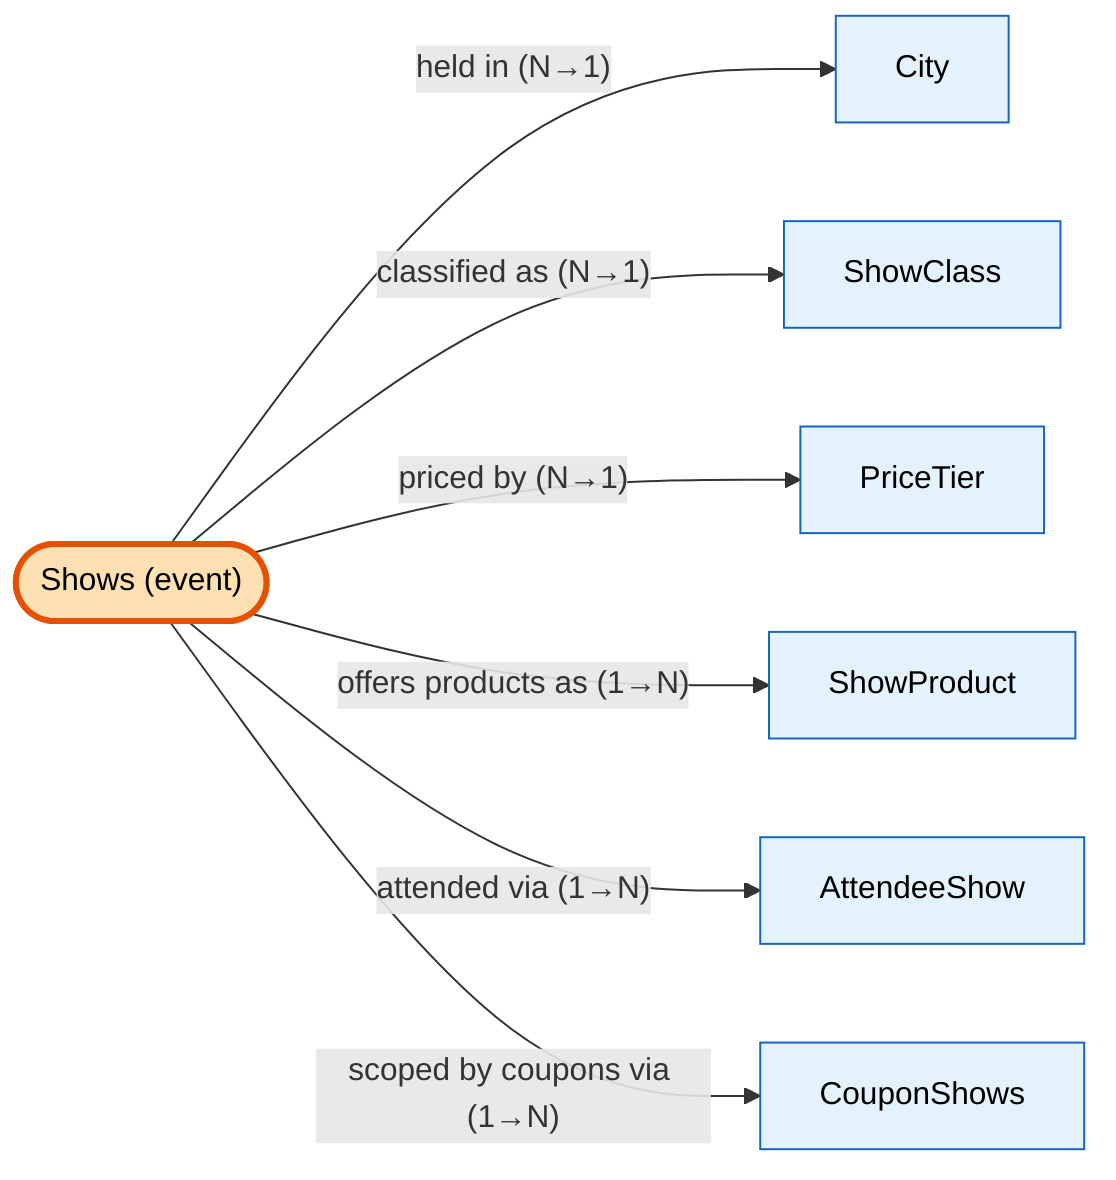
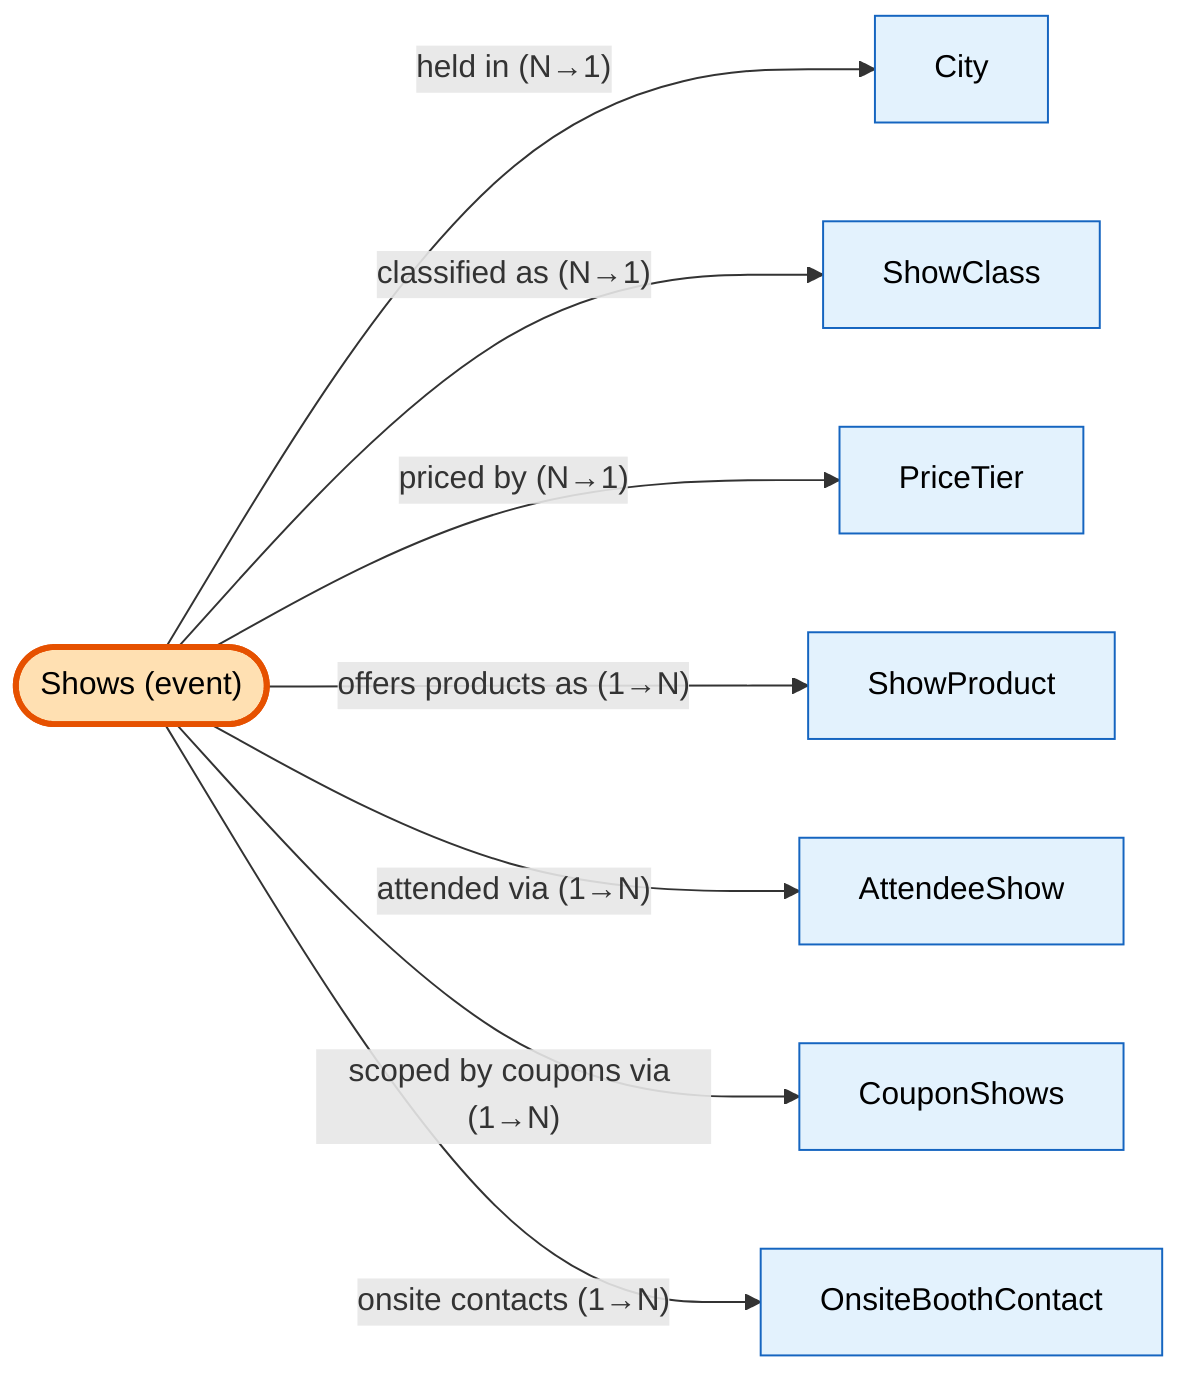
flowchart LR
    SHOWS(["Shows (event)"])
    CITY["City"]
    CLASS["ShowClass"]
    TIER["PriceTier"]
    SP["ShowProduct"]
    AS["AttendeeShow"]
    CS["CouponShows"]
+     OBC["OnsiteBoothContact"]

    SHOWS -->|"held in (N→1)"| CITY
    SHOWS -->|"classified as (N→1)"| CLASS
    SHOWS -->|"priced by (N→1)"| TIER
    SHOWS -->|"offers products as (1→N)"| SP
    SHOWS -->|"attended via (1→N)"| AS
    SHOWS -->|"scoped by coupons via (1→N)"| CS
+     SHOWS -->|"onsite contacts (1→N)"| OBC

    classDef ego fill:#ffe0b2,stroke:#e65100,stroke-width:3px,color:#000;
    classDef neighbor fill:#e3f2fd,stroke:#1565c0,color:#000;
    class SHOWS ego;
-     class CITY,CLASS,TIER,SP,AS,CS neighbor;
+     class CITY,CLASS,TIER,SP,AS,CS,OBC neighbor;
